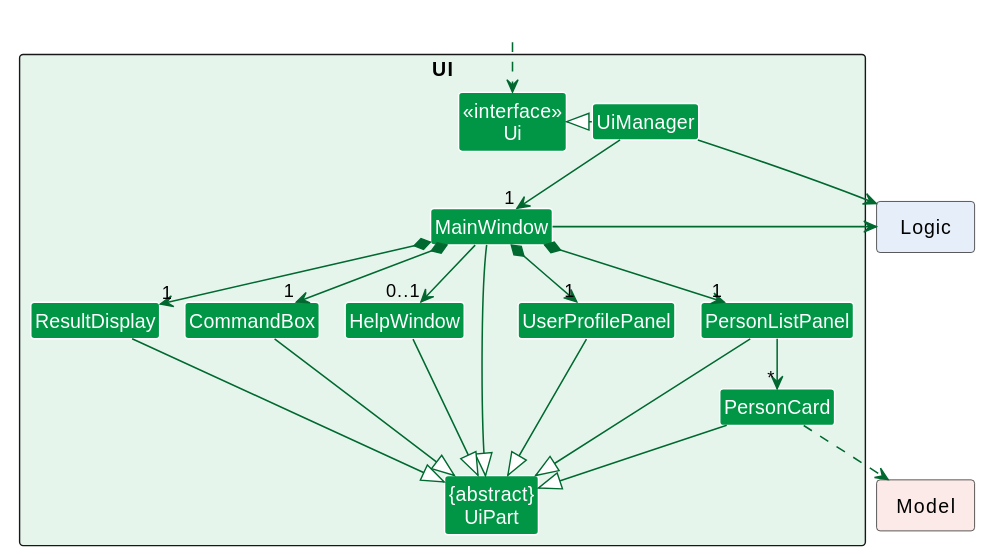
This is docs/images/UiClassDiagram.svg from nus-cs2103-AY2223S2/tp, a PlantUML export, as it was before one commit.
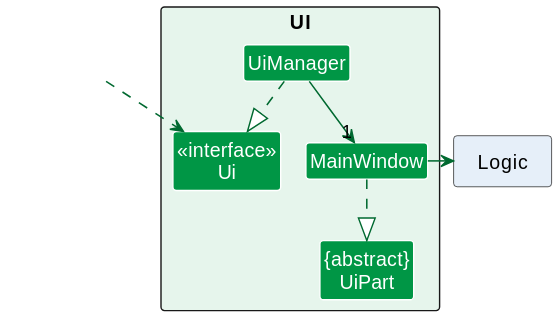
The same diagram one commit later.

Commit message:
Improve UI class diagrams

Change to the diagram source:
```diff
@@ -10,15 +10,6 @@
 Class "{abstract}\nUiPart" as UiPart
 Class UiManager
 Class MainWindow
-Class HelpWindow
-Class ResultDisplay
-Class PersonListPanel
-Class PersonCard
-Class UserProfilePanel
-Class CommandBox
-}
-
-package Model <<Rectangle>> MODEL_COLOR_BACKGROUND {
 }
 
 package Logic <<Rectangle>> LOGIC_COLOR_BACKGROUND {
@@ -27,34 +18,11 @@
 Class HiddenOutside #FFFFFF
 HiddenOutside ..> Ui
 
-UiManager .left.|> Ui
-UiManager -down-> "1" MainWindow
-MainWindow *-down-> "1" UserProfilePanel
-MainWindow *-down->  "1" CommandBox
-MainWindow *-down-> "1" ResultDisplay
-MainWindow *-down-> "1" PersonListPanel
-MainWindow --> "0..1" HelpWindow
+UiManager ..|> Ui
 
-PersonListPanel -down-> "*" PersonCard
+UiManager --> "1" MainWindow
 
-MainWindow --|> UiPart
-
-ResultDisplay --|> UiPart
-CommandBox --|> UiPart
-PersonListPanel --|> UiPart
-PersonCard --|> UiPart
-UserProfilePanel --|> UiPart
-HelpWindow --|> UiPart
-
-PersonCard ..> Model
-UiManager -right-> Logic
 MainWindow -right-> Logic
 
-PersonListPanel -[hidden]left- HelpWindow
-HelpWindow -[hidden]left- CommandBox
-CommandBox -[hidden]left- ResultDisplay
-UserProfilePanel -[hidden]left- HelpWindow
-
-
-MainWindow -[hidden]-|> UiPart
+MainWindow ..|> UiPart
 @enduml
```
